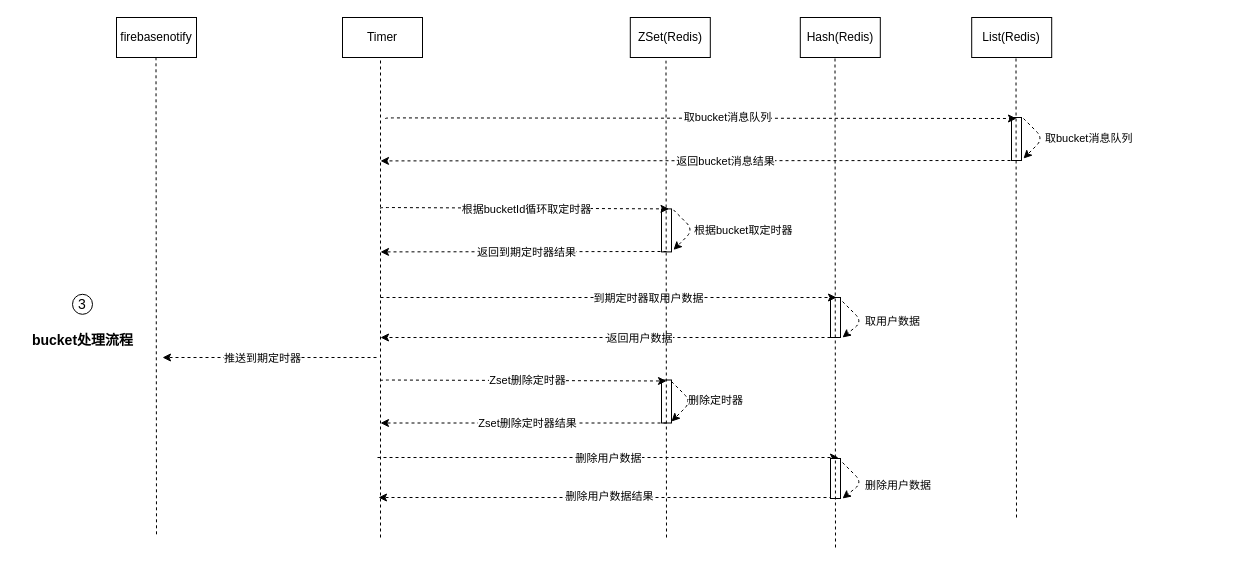
Earlier version of the draw.io diagram page "Page-7" (7 of 8) of timer.drawio (mbabby/draw.io.file). Source tidied: cells renumbered, new cells numbered last; positions are measured from the earlier drawing's top-left corner, leaving out a move shared by most shapes. Both pictures are drawn from the tidied source at 100%, with x=0, y=0 at pixel (22, 17).
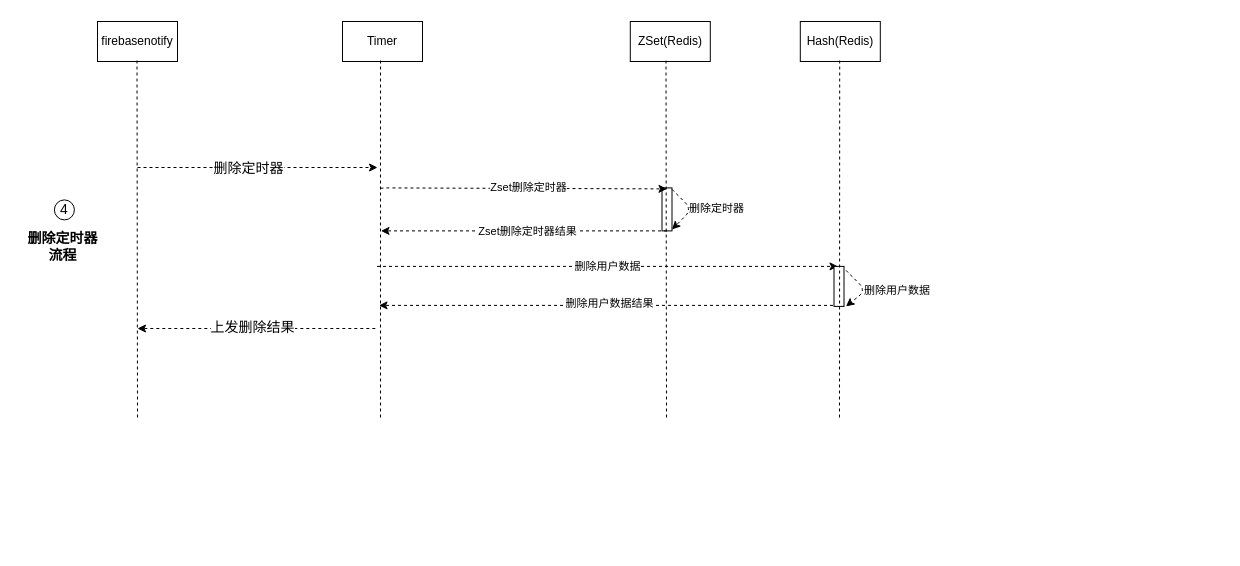
The same diagram, later.

The edit, as a diff of the source:
```diff
@@
     <mxCell id="2" value="firebasenotify" style="rounded=0;whiteSpace=wrap;html=1;" parent="1" vertex="1">
-      <mxGeometry x="94" width="80" height="40" as="geometry" />
+      <mxGeometry x="75" y="4" width="80" height="40" as="geometry" />
     </mxCell>
     <mxCell id="3" value="Timer" style="rounded=0;whiteSpace=wrap;html=1;" parent="1" vertex="1">
-      <mxGeometry x="320" width="80" height="40" as="geometry" />
+      <mxGeometry x="320" y="4" width="80" height="40" as="geometry" />
     </mxCell>
     <mxCell id="4" value="ZSet(Redis)" style="rounded=0;whiteSpace=wrap;html=1;" parent="1" vertex="1">
-      <mxGeometry x="607.8" width="80" height="40" as="geometry" />
+      <mxGeometry x="607.8" y="4" width="80" height="40" as="geometry" />
     </mxCell>
     <mxCell id="5" value="Hash(Redis)" style="rounded=0;whiteSpace=wrap;html=1;" parent="1" vertex="1">
-      <mxGeometry x="777.8" width="80" height="40" as="geometry" />
+      <mxGeometry x="777.8" y="4" width="80" height="40" as="geometry" />
     </mxCell>
     <mxCell id="6" style="endArrow=none;dashed=1;html=1;" parent="1" edge="1">
       <mxGeometry relative="1" as="geometry">
-        <mxPoint x="134" y="516.8" as="sourcePoint" />
-        <mxPoint x="133.5" y="40" as="targetPoint" />
+        <mxPoint x="115" y="400" as="sourcePoint" />
+        <mxPoint x="114.5" y="40" as="targetPoint" />
       </mxGeometry>
     </mxCell>
     <mxCell id="7" style="endArrow=none;dashed=1;html=1;" parent="1" edge="1">
       <mxGeometry relative="1" as="geometry">
-        <mxPoint x="358" y="520" as="sourcePoint" />
+        <mxPoint x="358" y="400" as="sourcePoint" />
         <mxPoint x="358" y="40" as="targetPoint" />
       </mxGeometry>
     </mxCell>
-    <mxCell id="8" value="List(Redis)" style="rounded=0;whiteSpace=wrap;html=1;" parent="1" vertex="1">
-      <mxGeometry x="949.2" width="80" height="40" as="geometry" />
-    </mxCell>
-    <mxCell id="9" style="endArrow=classic;html=1;dashed=1;" parent="1" edge="1">
-      <mxGeometry relative="1" as="geometry">
-        <mxPoint x="994" y="143" as="sourcePoint" />
-        <mxPoint x="358" y="143.4" as="targetPoint" />
-      </mxGeometry>
-    </mxCell>
-    <mxCell id="10" value="返回bucket消息结果" style="edgeLabel;html=1;align=center;verticalAlign=middle;" parent="9" vertex="1">
-      <mxGeometry x="0.14" y="-1" relative="1" as="geometry">
-        <mxPoint x="72" y="1" as="offset" />
-      </mxGeometry>
-    </mxCell>
-    <mxCell id="11" style="rounded=0;whiteSpace=wrap;html=1;" parent="1" vertex="1">
-      <mxGeometry x="989" y="100" width="10" height="43" as="geometry" />
-    </mxCell>
-    <mxCell id="12" style="endArrow=classic;html=1;dashed=1;" parent="1" edge="1">
-      <mxGeometry relative="1" as="geometry">
-        <mxPoint x="1001" y="101" as="sourcePoint" />
-        <mxPoint x="1001" y="141" as="targetPoint" />
-        <Array as="points">
-          <mxPoint x="1021" y="121" />
-        </Array>
-      </mxGeometry>
-    </mxCell>
-    <mxCell id="13" value="&lt;div style=&quot;text-align: center&quot;&gt;&lt;font face=&quot;helvetica&quot;&gt;&lt;span style=&quot;font-size: 11px ; background-color: rgb(255 , 255 , 255)&quot;&gt;取bucket消息队列&lt;/span&gt;&lt;/font&gt;&lt;/div&gt;" style="text;whiteSpace=wrap;html=1;" parent="1" vertex="1">
-      <mxGeometry x="1021" y="106.5" width="180" height="30" as="geometry" />
-    </mxCell>
-    <mxCell id="14" style="rounded=0;whiteSpace=wrap;html=1;" parent="1" vertex="1">
-      <mxGeometry x="639" y="191.4" width="10" height="43" as="geometry" />
-    </mxCell>
-    <mxCell id="15" style="endArrow=classic;html=1;dashed=1;" parent="1" edge="1">
-      <mxGeometry relative="1" as="geometry">
-        <mxPoint x="651" y="192.4" as="sourcePoint" />
-        <mxPoint x="651" y="232.4" as="targetPoint" />
-        <Array as="points">
-          <mxPoint x="671" y="212.4" />
-        </Array>
-      </mxGeometry>
-    </mxCell>
-    <mxCell id="16" value="&lt;div style=&quot;text-align: center&quot;&gt;&lt;font face=&quot;helvetica&quot;&gt;&lt;span style=&quot;font-size: 11px ; background-color: rgb(255 , 255 , 255)&quot;&gt;根据bucket取定时器&lt;/span&gt;&lt;/font&gt;&lt;/div&gt;" style="text;whiteSpace=wrap;html=1;" parent="1" vertex="1">
-      <mxGeometry x="670" y="199.4" width="180" height="30" as="geometry" />
-    </mxCell>
-    <mxCell id="17" style="endArrow=classic;html=1;dashed=1;" parent="1" edge="1">
-      <mxGeometry relative="1" as="geometry">
-        <mxPoint x="644" y="234" as="sourcePoint" />
-        <mxPoint x="358" y="234.4" as="targetPoint" />
-      </mxGeometry>
-    </mxCell>
-    <mxCell id="18" value="返回到期定时器结果" style="edgeLabel;html=1;align=center;verticalAlign=middle;" parent="17" vertex="1">
-      <mxGeometry x="0.14" y="-1" relative="1" as="geometry">
-        <mxPoint x="23" y="1" as="offset" />
-      </mxGeometry>
-    </mxCell>
-    <mxCell id="19" style="endArrow=classic;html=1;dashed=1;" parent="1" edge="1">
-      <mxGeometry relative="1" as="geometry">
-        <mxPoint x="814" y="320" as="sourcePoint" />
-        <mxPoint x="358" y="320" as="targetPoint" />
-      </mxGeometry>
-    </mxCell>
-    <mxCell id="20" value="返回用户数据" style="edgeLabel;html=1;align=center;verticalAlign=middle;" parent="19" vertex="1">
-      <mxGeometry x="0.14" y="-1" relative="1" as="geometry">
-        <mxPoint x="62" y="1" as="offset" />
-      </mxGeometry>
-    </mxCell>
-    <mxCell id="21" style="rounded=0;whiteSpace=wrap;html=1;" parent="1" vertex="1">
-      <mxGeometry x="808" y="280" width="10" height="40" as="geometry" />
-    </mxCell>
-    <mxCell id="22" style="endArrow=classic;html=1;dashed=1;" parent="1" edge="1">
-      <mxGeometry relative="1" as="geometry">
-        <mxPoint x="820" y="284" as="sourcePoint" />
-        <mxPoint x="820" y="320" as="targetPoint" />
-        <Array as="points">
-          <mxPoint x="840" y="304" />
-        </Array>
-      </mxGeometry>
-    </mxCell>
-    <mxCell id="23" value="&lt;div style=&quot;text-align: center&quot;&gt;&lt;font face=&quot;helvetica&quot;&gt;&lt;span style=&quot;font-size: 11px ; background-color: rgb(255 , 255 , 255)&quot;&gt;取用户数据&lt;/span&gt;&lt;/font&gt;&lt;/div&gt;" style="text;whiteSpace=wrap;html=1;" parent="1" vertex="1">
-      <mxGeometry x="841" y="290" width="180" height="30" as="geometry" />
-    </mxCell>
-    <mxCell id="24" value="3" style="ellipse;whiteSpace=wrap;html=1;fontSize=14;align=center;" parent="1" vertex="1">
-      <mxGeometry x="50" y="276.8" width="20" height="20" as="geometry" />
-    </mxCell>
-    <mxCell id="25" value="&lt;b&gt;bucket处理流程&lt;/b&gt;" style="text;html=1;align=center;verticalAlign=middle;strokeColor=none;fillColor=none;fontSize=14;" parent="1" vertex="1">
-      <mxGeometry y="313.2" width="120" height="20" as="geometry" />
-    </mxCell>
-    <mxCell id="26" style="endArrow=classic;html=1;dashed=1;entryX=0.75;entryY=0;entryDx=0;entryDy=0;" parent="1" edge="1" target="14">
-      <mxGeometry relative="1" as="geometry">
-        <mxPoint x="358" y="191" as="sourcePoint" />
-        <Array as="points">
-          <mxPoint x="358" y="190" />
-        </Array>
-      </mxGeometry>
-    </mxCell>
-    <mxCell id="27" value="根据bucketId循环取定时器" style="edgeLabel;html=1;align=center;verticalAlign=middle;" parent="26" vertex="1">
-      <mxGeometry x="0.14" y="-1" relative="1" as="geometry">
-        <mxPoint x="-18" as="offset" />
-      </mxGeometry>
-    </mxCell>
-    <mxCell id="28" style="endArrow=classic;html=1;dashed=1;" parent="1" edge="1">
-      <mxGeometry relative="1" as="geometry">
-        <mxPoint x="358" y="280" as="sourcePoint" />
-        <mxPoint x="814" y="280" as="targetPoint" />
-      </mxGeometry>
-    </mxCell>
-    <mxCell id="29" value="到期定时器取用户数据" style="edgeLabel;html=1;align=center;verticalAlign=middle;" parent="28" vertex="1">
-      <mxGeometry x="0.14" y="-1" relative="1" as="geometry">
-        <mxPoint x="7" y="-1" as="offset" />
-      </mxGeometry>
-    </mxCell>
-    <mxCell id="30" style="endArrow=classic;html=1;dashed=1;" parent="1" edge="1">
-      <mxGeometry relative="1" as="geometry">
-        <mxPoint x="363" y="101.4" as="sourcePoint" />
-        <mxPoint x="994" y="101" as="targetPoint" />
-        <Array as="points">
-          <mxPoint x="363" y="100.4" />
-        </Array>
-      </mxGeometry>
-    </mxCell>
-    <mxCell id="31" value="取bucket消息队列" style="edgeLabel;html=1;align=center;verticalAlign=middle;" parent="30" vertex="1">
-      <mxGeometry x="0.14" y="-1" relative="1" as="geometry">
-        <mxPoint x="-17" y="-2" as="offset" />
-      </mxGeometry>
-    </mxCell>
-    <mxCell id="32" style="rounded=0;whiteSpace=wrap;html=1;" parent="1" vertex="1">
-      <mxGeometry x="639" y="362.5" width="10" height="43" as="geometry" />
-    </mxCell>
-    <mxCell id="33" style="endArrow=classic;html=1;dashed=1;" parent="1" edge="1">
-      <mxGeometry relative="1" as="geometry">
-        <mxPoint x="358" y="363.5" as="sourcePoint" />
-        <mxPoint x="644" y="363.5" as="targetPoint" />
-        <Array as="points">
-          <mxPoint x="358" y="362.5" />
-        </Array>
-      </mxGeometry>
-    </mxCell>
+    <mxCell id="51" style="endArrow=classic;html=1;dashed=1;" parent="1" edge="1">
+      <mxGeometry relative="1" as="geometry">
+        <mxPoint x="115" y="150" as="sourcePoint" />
+        <mxPoint x="355" y="150" as="targetPoint" />
+        <Array as="points">
+          <mxPoint x="235" y="150" />
+        </Array>
+      </mxGeometry>
+    </mxCell>
+    <mxCell id="52" value="删除定时器" style="edgeLabel;html=1;align=center;verticalAlign=middle;fontSize=14;" parent="51" vertex="1">
+      <mxGeometry x="-0.09" y="1" relative="1" as="geometry">
+        <mxPoint x="1" y="1" as="offset" />
+      </mxGeometry>
+    </mxCell>
+    <mxCell id="53" style="endArrow=classic;html=1;dashed=1;" parent="1" edge="1">
+      <mxGeometry relative="1" as="geometry">
+        <mxPoint x="352.8" y="311" as="sourcePoint" />
+        <mxPoint x="115" y="311" as="targetPoint" />
+      </mxGeometry>
+    </mxCell>
+    <mxCell id="54" value="4" style="ellipse;whiteSpace=wrap;html=1;fontSize=14;align=center;" parent="1" vertex="1">
+      <mxGeometry x="31.9" y="182.4" width="20" height="20" as="geometry" />
+    </mxCell>
+    <mxCell id="55" value="&lt;b&gt;删除定时器&lt;br&gt;流程&lt;/b&gt;" style="text;html=1;align=center;verticalAlign=middle;strokeColor=none;fillColor=none;fontSize=14;" parent="1" vertex="1">
+      <mxGeometry x="-5" y="208.9" width="90" height="40" as="geometry" />
+    </mxCell>
+    <mxCell id="56" value="上发删除结果" style="edgeLabel;html=1;align=center;verticalAlign=middle;fontSize=14;" parent="1" vertex="1">
+      <mxGeometry x="225" y="241" as="geometry">
+        <mxPoint x="4" y="68" as="offset" />
+      </mxGeometry>
+    </mxCell>
+    <mxCell id="57" style="rounded=0;whiteSpace=wrap;html=1;" parent="1" vertex="1">
+      <mxGeometry x="639.5" y="170.4" width="10" height="43" as="geometry" />
+    </mxCell>
+    <mxCell id="58" style="endArrow=classic;html=1;dashed=1;" parent="1" edge="1">
+      <mxGeometry relative="1" as="geometry">
+        <mxPoint x="358.5" y="171.4" as="sourcePoint" />
+        <mxPoint x="644.5" y="171.4" as="targetPoint" />
+        <Array as="points">
+          <mxPoint x="358.5" y="170.4" />
+        </Array>
+      </mxGeometry>
+    </mxCell>
-    <mxCell id="34" value="Zset删除定时器" style="edgeLabel;html=1;align=center;verticalAlign=middle;" parent="33" vertex="1">
+    <mxCell id="34" value="Zset删除定时器" style="edgeLabel;html=1;align=center;verticalAlign=middle;" parent="58" vertex="1">
       <mxGeometry x="0.14" y="-1" relative="1" as="geometry">
         <mxPoint x="-16" y="-2" as="offset" />
       </mxGeometry>
     </mxCell>
-    <mxCell id="35" style="endArrow=classic;html=1;dashed=1;" parent="1" edge="1">
-      <mxGeometry relative="1" as="geometry">
-        <mxPoint x="649" y="364" as="sourcePoint" />
-        <mxPoint x="649" y="404" as="targetPoint" />
-        <Array as="points">
-          <mxPoint x="669" y="384" />
-        </Array>
-      </mxGeometry>
-    </mxCell>
+    <mxCell id="59" style="endArrow=classic;html=1;dashed=1;" parent="1" edge="1">
+      <mxGeometry relative="1" as="geometry">
+        <mxPoint x="649.5" y="171.9" as="sourcePoint" />
+        <mxPoint x="649.5" y="211.9" as="targetPoint" />
+        <Array as="points">
+          <mxPoint x="669.5" y="191.9" />
+        </Array>
+      </mxGeometry>
+    </mxCell>
     <mxCell id="36" value="&lt;div style=&quot;text-align: center&quot;&gt;&lt;font face=&quot;helvetica&quot;&gt;&lt;span style=&quot;font-size: 11px ; background-color: rgb(255 , 255 , 255)&quot;&gt;删除定时器&lt;/span&gt;&lt;/font&gt;&lt;/div&gt;" style="text;whiteSpace=wrap;html=1;" parent="1" vertex="1">
-      <mxGeometry x="664" y="369" width="120" height="30" as="geometry" />
+      <mxGeometry x="664.5" y="176.9" width="120" height="30" as="geometry" />
     </mxCell>
-    <mxCell id="37" style="endArrow=classic;html=1;dashed=1;" parent="1" edge="1">
-      <mxGeometry relative="1" as="geometry">
-        <mxPoint x="644" y="405.5" as="sourcePoint" />
-        <mxPoint x="358" y="405.5" as="targetPoint" />
-      </mxGeometry>
-    </mxCell>
+    <mxCell id="60" style="endArrow=classic;html=1;dashed=1;" parent="1" edge="1">
+      <mxGeometry relative="1" as="geometry">
+        <mxPoint x="644.5" y="213.4" as="sourcePoint" />
+        <mxPoint x="358.5" y="213.4" as="targetPoint" />
+      </mxGeometry>
+    </mxCell>
-    <mxCell id="38" value="Zset删除定时器结果" style="edgeLabel;html=1;align=center;verticalAlign=middle;" parent="37" vertex="1">
+    <mxCell id="38" value="Zset删除定时器结果" style="edgeLabel;html=1;align=center;verticalAlign=middle;" parent="60" vertex="1">
       <mxGeometry x="0.14" y="-1" relative="1" as="geometry">
         <mxPoint x="23" y="1" as="offset" />
       </mxGeometry>
     </mxCell>
-    <mxCell id="39" style="endArrow=classic;html=1;dashed=1;" parent="1" edge="1">
-      <mxGeometry relative="1" as="geometry">
-        <mxPoint x="355" y="440" as="sourcePoint" />
-        <mxPoint x="816" y="440" as="targetPoint" />
-      </mxGeometry>
-    </mxCell>
+    <mxCell id="61" style="endArrow=classic;html=1;dashed=1;" parent="1" edge="1">
+      <mxGeometry relative="1" as="geometry">
+        <mxPoint x="354.5" y="248.9" as="sourcePoint" />
+        <mxPoint x="815.5" y="248.9" as="targetPoint" />
+      </mxGeometry>
+    </mxCell>
-    <mxCell id="40" value="删除用户数据" style="edgeLabel;html=1;align=center;verticalAlign=middle;" parent="39" vertex="1">
+    <mxCell id="40" value="删除用户数据" style="edgeLabel;html=1;align=center;verticalAlign=middle;" parent="61" vertex="1">
       <mxGeometry x="0.14" y="-1" relative="1" as="geometry">
         <mxPoint x="-33" y="-1" as="offset" />
       </mxGeometry>
     </mxCell>
-    <mxCell id="41" style="endArrow=classic;html=1;dashed=1;" parent="1" edge="1">
-      <mxGeometry relative="1" as="geometry">
-        <mxPoint x="816" y="480" as="sourcePoint" />
-        <mxPoint x="356" y="480" as="targetPoint" />
-      </mxGeometry>
-    </mxCell>
+    <mxCell id="62" style="endArrow=classic;html=1;dashed=1;" parent="1" edge="1">
+      <mxGeometry relative="1" as="geometry">
+        <mxPoint x="816.5" y="287.9" as="sourcePoint" />
+        <mxPoint x="356.5" y="287.9" as="targetPoint" />
+      </mxGeometry>
+    </mxCell>
-    <mxCell id="42" value="删除用户数据结果" style="edgeLabel;html=1;align=center;verticalAlign=middle;" parent="41" vertex="1">
+    <mxCell id="42" value="删除用户数据结果" style="edgeLabel;html=1;align=center;verticalAlign=middle;" parent="62" vertex="1">
       <mxGeometry x="0.14" y="-1" relative="1" as="geometry">
         <mxPoint x="32" y="-1" as="offset" />
       </mxGeometry>
     </mxCell>
-    <mxCell id="43" style="endArrow=classic;html=1;dashed=1;" parent="1" edge="1">
-      <mxGeometry relative="1" as="geometry">
-        <mxPoint x="354" y="340" as="sourcePoint" />
-        <mxPoint x="140" y="340" as="targetPoint" />
-      </mxGeometry>
-    </mxCell>
-    <mxCell id="44" value="推送到期定时器" style="edgeLabel;html=1;align=center;verticalAlign=middle;" parent="43" vertex="1">
-      <mxGeometry x="0.14" y="-1" relative="1" as="geometry">
-        <mxPoint x="7" y="1" as="offset" />
-      </mxGeometry>
-    </mxCell>
-    <mxCell id="45" style="rounded=0;whiteSpace=wrap;html=1;" parent="1" vertex="1">
-      <mxGeometry x="808" y="441" width="10" height="40" as="geometry" />
-    </mxCell>
-    <mxCell id="46" style="endArrow=classic;html=1;dashed=1;" parent="1" edge="1">
-      <mxGeometry relative="1" as="geometry">
-        <mxPoint x="820" y="445" as="sourcePoint" />
-        <mxPoint x="820" y="481" as="targetPoint" />
-        <Array as="points">
-          <mxPoint x="840" y="465" />
-        </Array>
-      </mxGeometry>
-    </mxCell>
+    <mxCell id="63" style="rounded=0;whiteSpace=wrap;html=1;" parent="1" vertex="1">
+      <mxGeometry x="811.5" y="248.9" width="10" height="40" as="geometry" />
+    </mxCell>
+    <mxCell id="64" style="endArrow=classic;html=1;dashed=1;" parent="1" edge="1">
+      <mxGeometry relative="1" as="geometry">
+        <mxPoint x="823.5" y="252.9" as="sourcePoint" />
+        <mxPoint x="823.5" y="288.9" as="targetPoint" />
+        <Array as="points">
+          <mxPoint x="843.5" y="272.9" />
+        </Array>
+      </mxGeometry>
+    </mxCell>
     <mxCell id="47" value="&lt;div style=&quot;text-align: center&quot;&gt;&lt;font face=&quot;helvetica&quot;&gt;&lt;span style=&quot;font-size: 11px ; background-color: rgb(255 , 255 , 255)&quot;&gt;删除用户数据&lt;/span&gt;&lt;/font&gt;&lt;/div&gt;" style="text;whiteSpace=wrap;html=1;" parent="1" vertex="1">
-      <mxGeometry x="841" y="454" width="180" height="30" as="geometry" />
+      <mxGeometry x="840" y="258.9" width="180" height="30" as="geometry" />
     </mxCell>
-    <mxCell id="48" style="endArrow=none;dashed=1;html=1;" parent="1" edge="1">
-      <mxGeometry relative="1" as="geometry">
-        <mxPoint x="994" y="500" as="sourcePoint" />
-        <mxPoint x="993.5" y="40" as="targetPoint" />
-      </mxGeometry>
-    </mxCell>
     <mxCell id="49" style="endArrow=none;dashed=1;html=1;" parent="1" edge="1">
       <mxGeometry relative="1" as="geometry">
-        <mxPoint x="813" y="530" as="sourcePoint" />
-        <mxPoint x="812.5" y="40" as="targetPoint" />
+        <mxPoint x="817" y="400" as="sourcePoint" />
+        <mxPoint x="817.2" y="40" as="targetPoint" />
       </mxGeometry>
     </mxCell>
     <mxCell id="50" style="endArrow=none;dashed=1;html=1;" parent="1" edge="1">
       <mxGeometry relative="1" as="geometry">
-        <mxPoint x="644" y="520" as="sourcePoint" />
+        <mxPoint x="644" y="400" as="sourcePoint" />
         <mxPoint x="643.5" y="43.2" as="targetPoint" />
       </mxGeometry>
     </mxCell>
```
